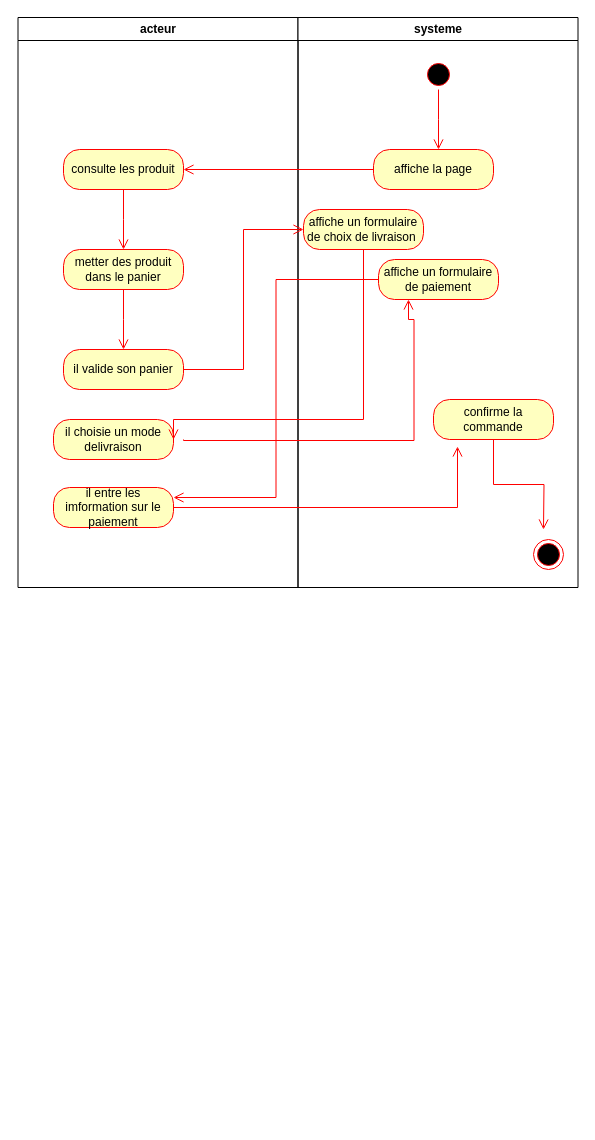
Earlier version of the draw.io diagram fil_rouge/diagramme d'activiter.drawio (qsaval/cda). Source tidied: cells renumbered, new cells numbered last; positions are measured from the earlier drawing's top-left corner, leaving out a move shared by most shapes. Both pictures are drawn from the tidied source at 100%, with x=0, y=0 at pixel (17, 17).
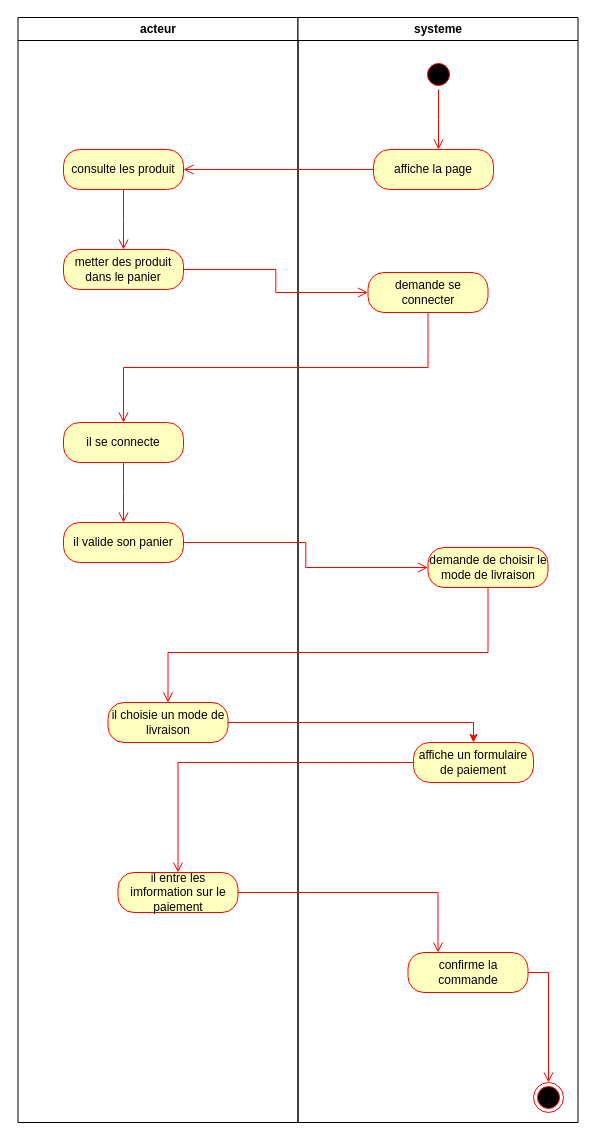
The same diagram, later.

The change refers to these unchanged cells:
```xml
<mxCell id="5" value="metter des produit dans le panier" style="rounded=1;whiteSpace=wrap;html=1;arcSize=40;fontColor=#000000;fillColor=#ffffc0;strokeColor=#ff0000;" parent="2" vertex="1">
  <mxGeometry x="45.5" y="232" width="120" height="40" as="geometry" />
</mxCell>
```

Diff of the diagram source:
```diff
@@
     <mxCell id="2" value="acteur" style="swimlane;whiteSpace=wrap;" parent="1" vertex="1">
-      <mxGeometry x="0.5" width="280" height="570" as="geometry" />
+      <mxGeometry x="0.5" width="280" height="1105" as="geometry" />
     </mxCell>
@@
-    <mxCell id="6" style="edgeStyle=orthogonalEdgeStyle;html=1;verticalAlign=bottom;endArrow=open;endSize=8;strokeColor=#ff0000;rounded=0;" parent="2" edge="1" source="5">
-      <mxGeometry relative="1" as="geometry">
-        <mxPoint x="105.5" y="332" as="targetPoint" />
-      </mxGeometry>
-    </mxCell>
     <mxCell id="7" value="il valide son panier" style="rounded=1;whiteSpace=wrap;html=1;arcSize=40;fontColor=#000000;fillColor=#ffffc0;strokeColor=#ff0000;" parent="2" vertex="1">
-      <mxGeometry x="45.5" y="332" width="120" height="40" as="geometry" />
+      <mxGeometry x="45.5" y="505" width="120" height="40" as="geometry" />
     </mxCell>
-    <mxCell id="8" value="il choisie un mode delivraison" style="rounded=1;whiteSpace=wrap;html=1;arcSize=40;fontColor=#000000;fillColor=#ffffc0;strokeColor=#ff0000;" parent="2" vertex="1">
-      <mxGeometry x="35.5" y="402" width="120" height="40" as="geometry" />
+    <mxCell id="8" value="il choisie un mode de livraison" style="rounded=1;whiteSpace=wrap;html=1;arcSize=40;fontColor=#000000;fillColor=#ffffc0;strokeColor=#ff0000;" parent="2" vertex="1">
+      <mxGeometry x="90" y="685" width="120" height="40" as="geometry" />
     </mxCell>
     <mxCell id="9" value="il entre les imformation sur le paiement" style="rounded=1;whiteSpace=wrap;html=1;arcSize=40;fontColor=#000000;fillColor=#ffffc0;strokeColor=#ff0000;" parent="2" vertex="1">
-      <mxGeometry x="35.5" y="470" width="120" height="40" as="geometry" />
+      <mxGeometry x="100" y="855" width="120" height="40" as="geometry" />
     </mxCell>
+    <mxCell id="25" value="il se connecte" style="rounded=1;whiteSpace=wrap;html=1;arcSize=40;fontColor=#000000;fillColor=#ffffc0;strokeColor=#ff0000;" parent="2" vertex="1">
+      <mxGeometry x="45.5" y="405" width="120" height="40" as="geometry" />
+    </mxCell>
+    <mxCell id="26" style="edgeStyle=orthogonalEdgeStyle;html=1;verticalAlign=bottom;endArrow=open;endSize=8;strokeColor=#ff0000;rounded=0;" parent="2" edge="1" source="25">
+      <mxGeometry relative="1" as="geometry">
+        <mxPoint x="105.5" y="505" as="targetPoint" />
+      </mxGeometry>
+    </mxCell>
     <mxCell id="10" value="systeme" style="swimlane;whiteSpace=wrap;startSize=23;" parent="1" vertex="1">
-      <mxGeometry x="280.5" width="280" height="570" as="geometry" />
+      <mxGeometry x="280.5" width="280" height="1105" as="geometry" />
     </mxCell>
@@
     <mxCell id="13" style="ellipse;html=1;shape=endState;fillColor=#000000;strokeColor=#ff0000;" parent="10" vertex="1">
-      <mxGeometry x="235.5" y="522" width="30" height="30" as="geometry" />
+      <mxGeometry x="235.5" y="1065" width="30" height="30" as="geometry" />
     </mxCell>
-    <mxCell id="14" value="affiche un formulaire de choix de livraison&amp;nbsp;" style="rounded=1;whiteSpace=wrap;html=1;arcSize=40;fontColor=#000000;fillColor=#ffffc0;strokeColor=#ff0000;" parent="10" vertex="1">
-      <mxGeometry x="5.5" y="192" width="120" height="40" as="geometry" />
+    <mxCell id="14" value="demande de choisir le mode de livraison" style="rounded=1;whiteSpace=wrap;html=1;arcSize=40;fontColor=#000000;fillColor=#ffffc0;strokeColor=#ff0000;" parent="10" vertex="1">
+      <mxGeometry x="130" y="530" width="120" height="40" as="geometry" />
     </mxCell>
     <mxCell id="15" value="affiche un formulaire de paiement" style="rounded=1;whiteSpace=wrap;html=1;arcSize=40;fontColor=#000000;fillColor=#ffffc0;strokeColor=#ff0000;" parent="10" vertex="1">
-      <mxGeometry x="80.5" y="242" width="120" height="40" as="geometry" />
+      <mxGeometry x="115.5" y="725" width="120" height="40" as="geometry" />
     </mxCell>
-    <mxCell id="16" style="edgeStyle=orthogonalEdgeStyle;html=1;verticalAlign=bottom;endArrow=open;endSize=8;strokeColor=#ff0000;rounded=0;entryX=0.25;entryY=1;entryDx=0;entryDy=0;" parent="10" edge="1" target="15">
-      <mxGeometry relative="1" as="geometry">
-        <mxPoint x="-114.5" y="422" as="sourcePoint" />
-        <Array as="points">
-          <mxPoint x="-114" y="423" />
-          <mxPoint x="116" y="423" />
-          <mxPoint x="116" y="302" />
-          <mxPoint x="111" y="302" />
-        </Array>
-      </mxGeometry>
-    </mxCell>
     <mxCell id="17" value="confirme la commande" style="rounded=1;whiteSpace=wrap;html=1;arcSize=40;fontColor=#000000;fillColor=#ffffc0;strokeColor=#ff0000;" parent="10" vertex="1">
-      <mxGeometry x="135.5" y="382" width="120" height="40" as="geometry" />
+      <mxGeometry x="110" y="935" width="120" height="40" as="geometry" />
     </mxCell>
-    <mxCell id="18" style="edgeStyle=orthogonalEdgeStyle;html=1;verticalAlign=bottom;endArrow=open;endSize=8;strokeColor=#ff0000;rounded=0;" parent="10" edge="1" source="17">
-      <mxGeometry relative="1" as="geometry">
-        <mxPoint x="245.5" y="512" as="targetPoint" />
-      </mxGeometry>
+    <mxCell id="18" style="edgeStyle=orthogonalEdgeStyle;html=1;verticalAlign=bottom;endArrow=open;endSize=8;strokeColor=#ff0000;rounded=0;entryX=0.5;entryY=0;entryDx=0;entryDy=0;" parent="10" edge="1" source="17" target="13">
+      <mxGeometry relative="1" as="geometry" />
     </mxCell>
+    <mxCell id="27" value="demande se connecter" style="rounded=1;whiteSpace=wrap;html=1;arcSize=40;fontColor=#000000;fillColor=#ffffc0;strokeColor=#ff0000;" parent="10" vertex="1">
+      <mxGeometry x="70" y="255" width="120" height="40" as="geometry" />
+    </mxCell>
@@
-    <mxCell id="22" style="edgeStyle=orthogonalEdgeStyle;html=1;verticalAlign=bottom;endArrow=open;endSize=8;strokeColor=#ff0000;rounded=0;entryX=1;entryY=0.5;entryDx=0;entryDy=0;exitX=0.5;exitY=1;exitDx=0;exitDy=0;" parent="1" edge="1" source="14" target="8">
+    <mxCell id="22" style="edgeStyle=orthogonalEdgeStyle;html=1;verticalAlign=bottom;endArrow=open;endSize=8;strokeColor=#ff0000;rounded=0;entryX=0.5;entryY=0;entryDx=0;entryDy=0;exitX=0.5;exitY=1;exitDx=0;exitDy=0;" parent="1" edge="1" source="14" target="8">
       <mxGeometry relative="1" as="geometry">
         <Array as="points">
-          <mxPoint x="346" y="402" />
-          <mxPoint x="156" y="402" />
+          <mxPoint x="470.5" y="635" />
+          <mxPoint x="150.5" y="635" />
         </Array>
       </mxGeometry>
     </mxCell>
-    <mxCell id="23" style="edgeStyle=orthogonalEdgeStyle;html=1;verticalAlign=bottom;endArrow=open;endSize=8;strokeColor=#ff0000;rounded=0;entryX=1;entryY=0.25;entryDx=0;entryDy=0;" parent="1" edge="1" source="15" target="9">
+    <mxCell id="23" style="edgeStyle=orthogonalEdgeStyle;html=1;verticalAlign=bottom;endArrow=open;endSize=8;strokeColor=#ff0000;rounded=0;entryX=0.5;entryY=0;entryDx=0;entryDy=0;" parent="1" edge="1" source="15" target="9">
       <mxGeometry relative="1" as="geometry" />
     </mxCell>
-    <mxCell id="24" style="edgeStyle=orthogonalEdgeStyle;html=1;verticalAlign=bottom;endArrow=open;endSize=8;strokeColor=#ff0000;rounded=0;entryX=0.2;entryY=1.175;entryDx=0;entryDy=0;entryPerimeter=0;" parent="1" edge="1" source="9" target="17">
+    <mxCell id="24" style="edgeStyle=orthogonalEdgeStyle;html=1;verticalAlign=bottom;endArrow=open;endSize=8;strokeColor=#ff0000;rounded=0;entryX=0.25;entryY=0;entryDx=0;entryDy=0;" parent="1" edge="1" source="9" target="17">
       <mxGeometry relative="1" as="geometry" />
     </mxCell>
+    <mxCell id="6" style="edgeStyle=orthogonalEdgeStyle;html=1;verticalAlign=bottom;endArrow=open;endSize=8;strokeColor=#ff0000;rounded=0;entryX=0;entryY=0.5;entryDx=0;entryDy=0;" parent="1" edge="1" source="5" target="27">
+      <mxGeometry relative="1" as="geometry" />
+    </mxCell>
+    <mxCell id="28" style="edgeStyle=orthogonalEdgeStyle;html=1;verticalAlign=bottom;endArrow=open;endSize=8;strokeColor=#ff0000;rounded=0;entryX=0.5;entryY=0;entryDx=0;entryDy=0;exitX=0.5;exitY=1;exitDx=0;exitDy=0;" parent="1" edge="1" source="27" target="25">
+      <mxGeometry relative="1" as="geometry" />
+    </mxCell>
+    <mxCell id="29" style="edgeStyle=orthogonalEdgeStyle;rounded=0;jettySize=auto;html=1;entryX=0.5;entryY=0;entryDx=0;entryDy=0;strokeColor=#FF0000;" parent="1" edge="1" source="8" target="15">
+      <mxGeometry relative="1" as="geometry" />
+    </mxCell>
```
